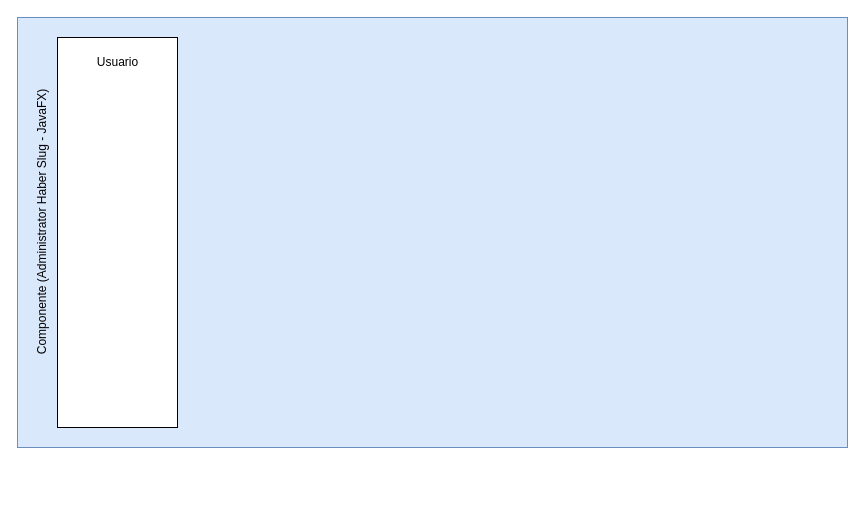
Earlier version of the draw.io diagram Untitled Diagram2.drawio (lennonl07/PrimerosCiclos). Source tidied: cells renumbered, new cells numbered last; positions are measured from the earlier drawing's top-left corner, leaving out a move shared by most shapes. Both pictures are drawn from the tidied source at 100%, with x=0, y=0 at pixel (-103, 17).
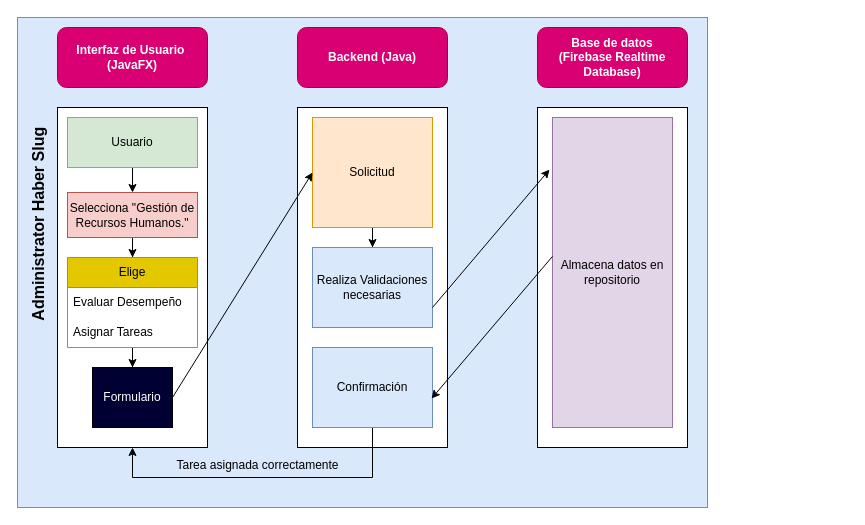
The same diagram, later.

Change to the diagram source:
```diff
@@
     <mxCell id="2" style="rounded=0;whiteSpace=wrap;html=1;fillColor=#dae8fc;strokeColor=#6c8ebf;" parent="1" vertex="1">
-      <mxGeometry x="120" width="830" height="430" as="geometry" />
+      <mxGeometry x="120" width="690" height="490" as="geometry" />
     </mxCell>
-    <mxCell id="3" value="Componente (Administrator Haber Slug - JavaFX)" style="text;html=1;align=center;verticalAlign=middle;strokeColor=none;fillColor=none;rotation=-90;" parent="1" vertex="1">
-      <mxGeometry y="190" width="290" height="30" as="geometry" />
+    <mxCell id="3" value="Administrator Haber Slug&amp;nbsp;" style="text;html=1;align=center;verticalAlign=middle;strokeColor=none;fillColor=none;rotation=-90;fontSize=16;fontStyle=1;" parent="1" vertex="1">
+      <mxGeometry x="31" y="190" width="220" height="30" as="geometry" />
     </mxCell>
     <mxCell id="4" style="rounded=0;whiteSpace=wrap;html=1;" parent="1" vertex="1">
-      <mxGeometry x="160" y="20" width="120" height="390" as="geometry" />
+      <mxGeometry x="160" y="90" width="150" height="340" as="geometry" />
     </mxCell>
+    <mxCell id="6" style="edgeStyle=orthogonalEdgeStyle;rounded=0;jettySize=auto;html=1;" parent="1" edge="1" source="5" target="8">
+      <mxGeometry relative="1" as="geometry" />
+    </mxCell>
-    <mxCell id="5" value="Usuario" style="text;html=1;align=center;verticalAlign=middle;points=[];strokeColor=none;fillColor=none;" parent="1" vertex="1">
-      <mxGeometry x="190" y="30" width="60" height="30" as="geometry" />
+    <mxCell id="5" value="Usuario" style="rounded=0;whiteSpace=wrap;html=1;fillColor=#d5e8d4;strokeColor=#82b366;" parent="1" vertex="1">
+      <mxGeometry x="170" y="100" width="130" height="50" as="geometry" />
     </mxCell>
+    <mxCell id="7" style="edgeStyle=orthogonalEdgeStyle;rounded=0;jettySize=auto;html=1;entryX=0.5;entryY=0;entryDx=0;entryDy=0;" parent="1" edge="1" source="8" target="11">
+      <mxGeometry relative="1" as="geometry" />
+    </mxCell>
+    <mxCell id="8" value="Selecciona&amp;nbsp;&quot;Gestión de Recursos Humanos.&quot;" style="rounded=0;whiteSpace=wrap;html=1;fillColor=#f8cecc;strokeColor=#b85450;" parent="1" vertex="1">
+      <mxGeometry x="170" y="175" width="130" height="45" as="geometry" />
+    </mxCell>
+    <mxCell id="9" value="Interfaz de Usuario&amp;nbsp; (JavaFX)" style="rounded=1;whiteSpace=wrap;html=1;fillColor=#d80073;strokeColor=#A50040;fontColor=#ffffff;fontStyle=1;" parent="1" vertex="1">
+      <mxGeometry x="160" y="10" width="150" height="60" as="geometry" />
+    </mxCell>
+    <mxCell id="10" style="edgeStyle=orthogonalEdgeStyle;rounded=0;jettySize=auto;html=1;" parent="1" edge="1" source="11" target="14">
+      <mxGeometry relative="1" as="geometry" />
+    </mxCell>
+    <mxCell id="11" value="Elige" style="swimlane;fontStyle=0;horizontal=1;startSize=30;whiteSpace=wrap;html=1;fillColor=#e3c800;fontColor=#000000;strokeColor=#B09500;" parent="1" vertex="1">
+      <mxGeometry x="170" y="240" width="130" height="90" as="geometry" />
+    </mxCell>
+    <mxCell id="12" value="Evaluar Desempeño" style="text;strokeColor=none;fillColor=none;align=left;verticalAlign=middle;spacingLeft=4;spacingRight=4;overflow=hidden;whiteSpace=wrap;html=1;" parent="11" vertex="1">
+      <mxGeometry y="30" width="130" height="30" as="geometry" />
+    </mxCell>
+    <mxCell id="13" value="Asignar Tareas" style="text;strokeColor=none;fillColor=none;align=left;verticalAlign=middle;spacingLeft=4;spacingRight=4;overflow=hidden;whiteSpace=wrap;html=1;" parent="11" vertex="1">
+      <mxGeometry y="60" width="130" height="30" as="geometry" />
+    </mxCell>
+    <mxCell id="14" value="Formulario" style="rounded=0;whiteSpace=wrap;html=1;fillColor=#000033;fontColor=#FFFFFF;" parent="1" vertex="1">
+      <mxGeometry x="195" y="350" width="80" height="60" as="geometry" />
+    </mxCell>
+    <mxCell id="15" style="rounded=0;whiteSpace=wrap;html=1;" parent="1" vertex="1">
+      <mxGeometry x="400" y="90" width="150" height="340" as="geometry" />
+    </mxCell>
+    <mxCell id="16" value="Backend (Java)" style="rounded=1;whiteSpace=wrap;html=1;fillColor=#d80073;strokeColor=#A50040;fontColor=#ffffff;fontStyle=1;" parent="1" vertex="1">
+      <mxGeometry x="400" y="10" width="150" height="60" as="geometry" />
+    </mxCell>
+    <mxCell id="17" style="edgeStyle=orthogonalEdgeStyle;rounded=0;jettySize=auto;html=1;" parent="1" edge="1" source="18" target="19">
+      <mxGeometry relative="1" as="geometry" />
+    </mxCell>
+    <mxCell id="18" value="Solicitud" style="rounded=0;whiteSpace=wrap;html=1;fillColor=#ffe6cc;strokeColor=#d79b00;" parent="1" vertex="1">
+      <mxGeometry x="415" y="100" width="120" height="110" as="geometry" />
+    </mxCell>
+    <mxCell id="19" value="Realiza Validaciones necesarias" style="rounded=0;whiteSpace=wrap;html=1;fillColor=#dae8fc;strokeColor=#6c8ebf;" parent="1" vertex="1">
+      <mxGeometry x="415" y="230" width="120" height="80" as="geometry" />
+    </mxCell>
+    <mxCell id="20" style="rounded=0;whiteSpace=wrap;html=1;" parent="1" vertex="1">
+      <mxGeometry x="640" y="90" width="150" height="340" as="geometry" />
+    </mxCell>
+    <mxCell id="21" value="Base de datos&lt;br&gt;(Firebase Realtime Database)" style="rounded=1;whiteSpace=wrap;html=1;fillColor=#d80073;strokeColor=#A50040;fontColor=#ffffff;fontStyle=1;" parent="1" vertex="1">
+      <mxGeometry x="640" y="10" width="150" height="60" as="geometry" />
+    </mxCell>
+    <mxCell id="22" value="Almacena datos en repositorio" style="rounded=0;whiteSpace=wrap;html=1;fillColor=#e1d5e7;strokeColor=#9673a6;" parent="1" vertex="1">
+      <mxGeometry x="655" y="100" width="120" height="310" as="geometry" />
+    </mxCell>
+    <mxCell id="23" style="endArrow=classic;html=1;rounded=0;exitX=1;exitY=0.5;exitDx=0;exitDy=0;entryX=0;entryY=0.5;entryDx=0;entryDy=0;" parent="1" edge="1" source="14" target="18">
+      <mxGeometry relative="1" as="geometry" />
+    </mxCell>
+    <mxCell id="24" style="endArrow=classic;html=1;rounded=0;exitX=1;exitY=0.75;exitDx=0;exitDy=0;entryX=-0.025;entryY=0.168;entryDx=0;entryDy=0;entryPerimeter=0;" parent="1" edge="1" source="19" target="22">
+      <mxGeometry relative="1" as="geometry" />
+    </mxCell>
+    <mxCell id="25" style="edgeStyle=orthogonalEdgeStyle;rounded=0;jettySize=auto;html=1;exitX=0.5;exitY=1;exitDx=0;exitDy=0;entryX=0.5;entryY=1;entryDx=0;entryDy=0;" parent="1" edge="1" source="26" target="4">
+      <mxGeometry relative="1" as="geometry">
+        <Array as="points">
+          <mxPoint x="475" y="460" />
+          <mxPoint x="235" y="460" />
+        </Array>
+      </mxGeometry>
+    </mxCell>
+    <mxCell id="26" value="Confirmación" style="rounded=0;whiteSpace=wrap;html=1;fillColor=#dae8fc;strokeColor=#6c8ebf;" parent="1" vertex="1">
+      <mxGeometry x="415" y="330" width="120" height="80" as="geometry" />
+    </mxCell>
+    <mxCell id="27" style="endArrow=classic;html=1;rounded=0;exitX=0;exitY=0.448;exitDx=0;exitDy=0;exitPerimeter=0;entryX=0.992;entryY=0.638;entryDx=0;entryDy=0;entryPerimeter=0;" parent="1" edge="1" source="22" target="26">
+      <mxGeometry relative="1" as="geometry" />
+    </mxCell>
+    <mxCell id="28" value="Tarea asignada correctamente" style="text;html=1;align=center;verticalAlign=middle;strokeColor=none;fillColor=none;" parent="1" vertex="1">
+      <mxGeometry x="265" y="433" width="190" height="30" as="geometry" />
+    </mxCell>
```
